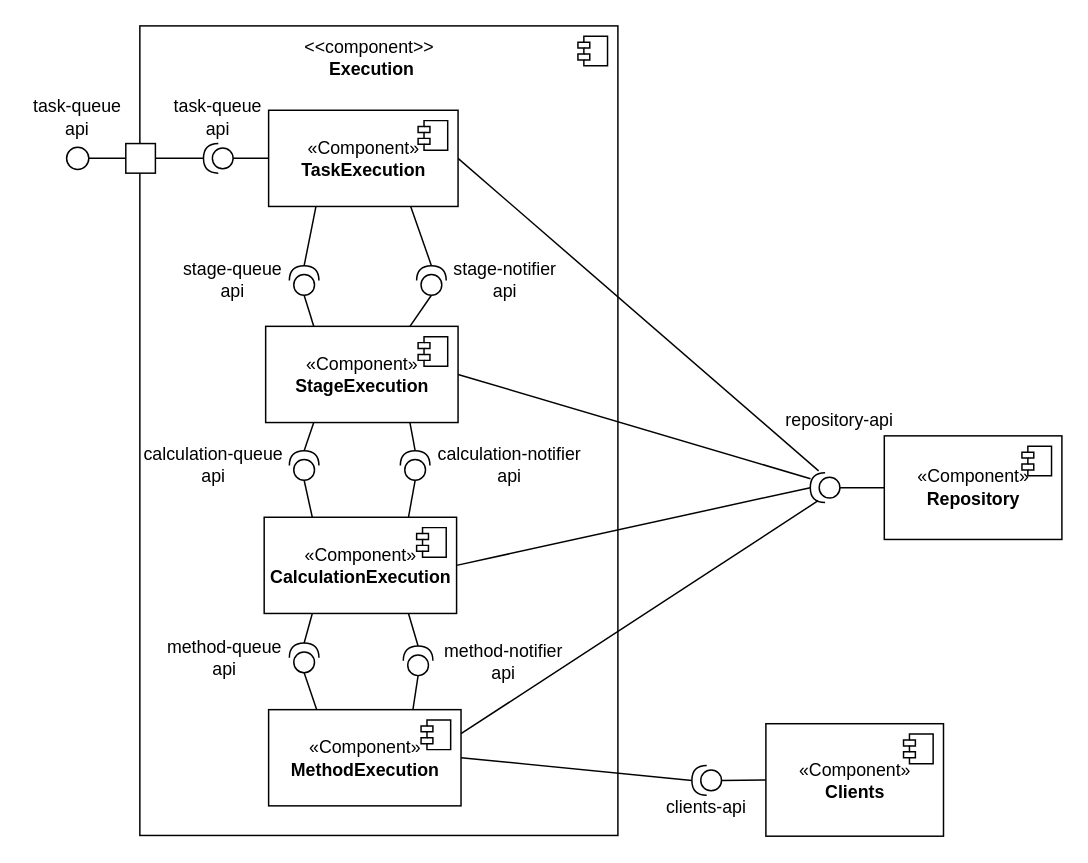
Before: master/sources/diploma/architecture/diagrams/orchestrator/component_detailed.drawio in stalker-fc/diploma, a draw.io diagram. Source tidied: cells renumbered, new cells numbered last; positions are measured from the earlier drawing's top-left corner, leaving out a move shared by most shapes. Both pictures are drawn from the tidied source at 148%, with x=0, y=0 at pixel (25, 25).
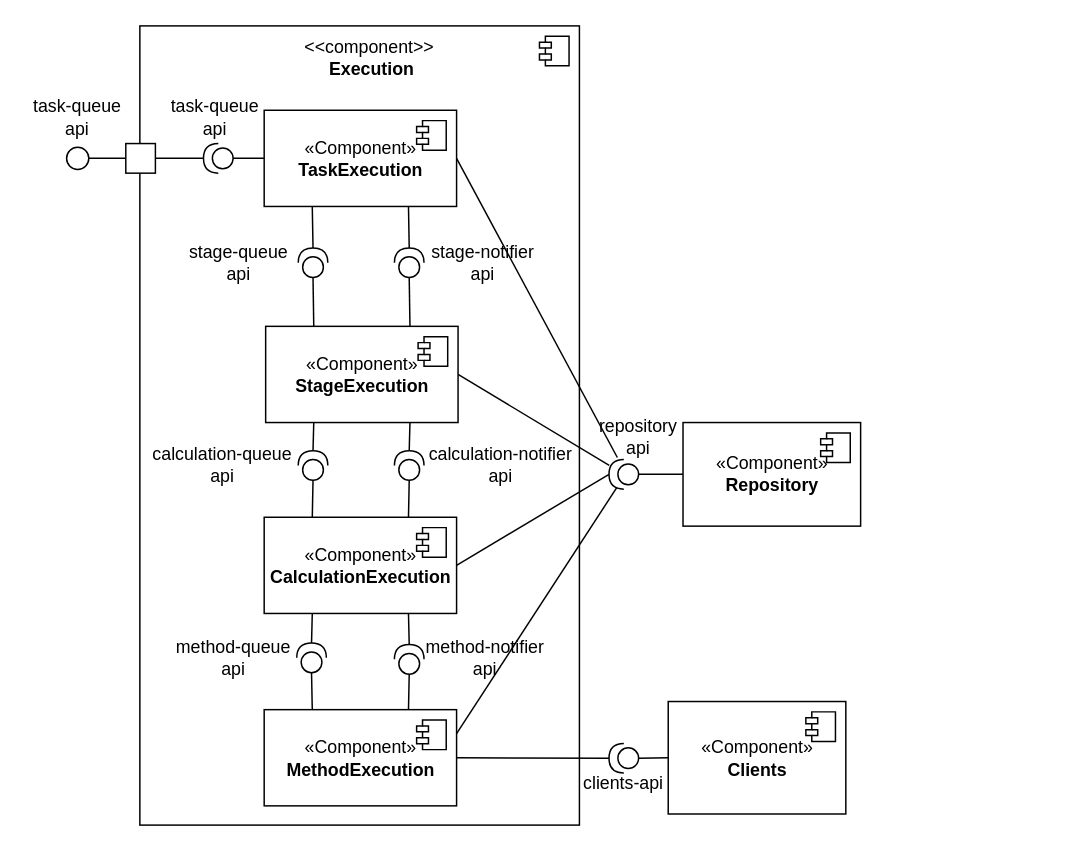
The same diagram, later.

The change refers to these unchanged cells:
```xml
<mxCell id="13" value="«Component»&lt;br&gt;&lt;b&gt;CalculationExecution&lt;/b&gt;" style="html=1;" parent="1" vertex="1">
  <mxGeometry x="161" y="332" width="130" height="65" as="geometry" />
</mxCell>
```

Diff of the diagram source:
```diff
@@
     <mxCell id="2" style="html=1;" parent="1" vertex="1">
-      <mxGeometry x="77" width="323" height="547" as="geometry" />
+      <mxGeometry x="77" width="297" height="540" as="geometry" />
     </mxCell>
@@
     <mxCell id="9" value="«Component»&lt;br&gt;&lt;b&gt;MethodExecution&lt;/b&gt;" style="html=1;" parent="1" vertex="1">
-      <mxGeometry x="164" y="462" width="130" height="65" as="geometry" />
+      <mxGeometry x="161" y="462" width="130" height="65" as="geometry" />
     </mxCell>
@@
     <mxCell id="23" value="«Component»&lt;br&gt;&lt;b&gt;TaskExecution&lt;/b&gt;" style="html=1;" parent="1" vertex="1">
-      <mxGeometry x="164" y="57" width="128" height="65" as="geometry" />
+      <mxGeometry x="161" y="57" width="130" height="65" as="geometry" />
     </mxCell>
@@
     <mxCell id="26" style="shape=providedRequiredInterface;html=1;verticalLabelPosition=bottom;sketch=0;direction=north;" parent="1" vertex="1">
-      <mxGeometry x="178" y="287" width="20" height="20" as="geometry" />
+      <mxGeometry x="184" y="287" width="20" height="20" as="geometry" />
     </mxCell>
     <mxCell id="27" value="stage-queue&lt;br&gt;api" style="text;html=1;strokeColor=none;fillColor=none;align=center;verticalAlign=middle;whiteSpace=wrap;rounded=0;" parent="1" vertex="1">
-      <mxGeometry x="101" y="157" width="78" height="30" as="geometry" />
+      <mxGeometry x="105" y="145" width="78" height="30" as="geometry" />
     </mxCell>
-    <mxCell id="28" style="edgeStyle=none;rounded=0;jettySize=auto;html=1;exitX=1;exitY=0.5;exitDx=0;exitDy=0;exitPerimeter=0;entryX=0.25;entryY=1;entryDx=0;entryDy=0;endArrow=none;endFill=0;" parent="1" edge="1" source="30" target="13">
+    <mxCell id="28" style="edgeStyle=none;rounded=0;jettySize=auto;html=1;exitX=1;exitY=0.5;exitDx=0;exitDy=0;exitPerimeter=0;endArrow=none;endFill=0;entryX=0.25;entryY=1;entryDx=0;entryDy=0;" parent="1" edge="1" source="30" target="13">
       <mxGeometry relative="1" as="geometry" />
     </mxCell>
-    <mxCell id="29" style="edgeStyle=none;rounded=0;jettySize=auto;html=1;exitX=0;exitY=0.5;exitDx=0;exitDy=0;exitPerimeter=0;entryX=0.25;entryY=0;entryDx=0;entryDy=0;endArrow=none;endFill=0;" parent="1" edge="1" source="30" target="9">
+    <mxCell id="29" style="edgeStyle=none;rounded=0;jettySize=auto;html=1;exitX=0;exitY=0.5;exitDx=0;exitDy=0;exitPerimeter=0;endArrow=none;endFill=0;entryX=0.25;entryY=0;entryDx=0;entryDy=0;" parent="1" edge="1" source="30" target="9">
       <mxGeometry relative="1" as="geometry" />
     </mxCell>
     <mxCell id="30" style="shape=providedRequiredInterface;html=1;verticalLabelPosition=bottom;sketch=0;direction=north;" parent="1" vertex="1">
-      <mxGeometry x="178" y="417" width="20" height="20" as="geometry" />
+      <mxGeometry x="183" y="417" width="20" height="20" as="geometry" />
     </mxCell>
@@
     <mxCell id="32" style="shape=providedRequiredInterface;html=1;verticalLabelPosition=bottom;sketch=0;direction=north;" parent="1" vertex="1">
-      <mxGeometry x="178" y="162" width="20" height="20" as="geometry" />
+      <mxGeometry x="184" y="150" width="20" height="20" as="geometry" />
     </mxCell>
     <mxCell id="33" value="calculation-queue&lt;br&gt;api" style="text;html=1;strokeColor=none;fillColor=none;align=center;verticalAlign=middle;whiteSpace=wrap;rounded=0;" parent="1" vertex="1">
-      <mxGeometry x="77" y="282" width="100" height="30" as="geometry" />
+      <mxGeometry x="83" y="282" width="100" height="30" as="geometry" />
     </mxCell>
     <mxCell id="34" value="method-queue&lt;br&gt;api" style="text;html=1;strokeColor=none;fillColor=none;align=center;verticalAlign=middle;whiteSpace=wrap;rounded=0;" parent="1" vertex="1">
-      <mxGeometry x="92" y="409.5" width="85" height="35" as="geometry" />
+      <mxGeometry x="98" y="409.5" width="85" height="35" as="geometry" />
     </mxCell>
@@
     <mxCell id="41" value="task-queue&lt;br&gt;api" style="text;html=1;strokeColor=none;fillColor=none;align=center;verticalAlign=middle;whiteSpace=wrap;rounded=0;" parent="1" vertex="1">
-      <mxGeometry x="95" y="47" width="70" height="30" as="geometry" />
+      <mxGeometry x="95" y="45.5" width="66" height="33" as="geometry" />
     </mxCell>
     <mxCell id="42" value="stage-notifier&lt;br&gt;api" style="text;html=1;strokeColor=none;fillColor=none;align=center;verticalAlign=middle;whiteSpace=wrap;rounded=0;" parent="1" vertex="1">
-      <mxGeometry x="284" y="157" width="80" height="30" as="geometry" />
+      <mxGeometry x="269" y="145" width="80" height="30" as="geometry" />
     </mxCell>
@@
     <mxCell id="44" style="shape=providedRequiredInterface;html=1;verticalLabelPosition=bottom;sketch=0;direction=north;" parent="1" vertex="1">
-      <mxGeometry x="264" y="162" width="20" height="20" as="geometry" />
+      <mxGeometry x="249" y="150" width="20" height="20" as="geometry" />
     </mxCell>
@@
     <mxCell id="46" style="shape=providedRequiredInterface;html=1;verticalLabelPosition=bottom;sketch=0;direction=north;" parent="1" vertex="1">
-      <mxGeometry x="253" y="287" width="20" height="20" as="geometry" />
+      <mxGeometry x="249" y="287" width="20" height="20" as="geometry" />
     </mxCell>
     <mxCell id="47" style="shape=providedRequiredInterface;html=1;verticalLabelPosition=bottom;sketch=0;direction=north;" parent="1" vertex="1">
-      <mxGeometry x="255" y="419" width="20" height="20" as="geometry" />
+      <mxGeometry x="249" y="418" width="20" height="20" as="geometry" />
     </mxCell>
@@
     <mxCell id="49" value="«Component»&lt;br&gt;&lt;b&gt;Repository&lt;/b&gt;" style="html=1;" parent="1" vertex="1">
-      <mxGeometry x="580" y="277" width="120" height="70" as="geometry" />
+      <mxGeometry x="444" y="268" width="120" height="70" as="geometry" />
     </mxCell>
@@
     <mxCell id="51" style="shape=providedRequiredInterface;html=1;verticalLabelPosition=bottom;sketch=0;fillColor=default;direction=west;" parent="1" vertex="1">
-      <mxGeometry x="530" y="302" width="20" height="20" as="geometry" />
+      <mxGeometry x="394" y="293" width="20" height="20" as="geometry" />
     </mxCell>
-    <mxCell id="52" value="repository-api" style="text;html=1;strokeColor=none;fillColor=none;align=center;verticalAlign=middle;whiteSpace=wrap;rounded=0;" parent="1" vertex="1">
-      <mxGeometry x="510" y="252" width="80" height="30" as="geometry" />
+    <mxCell id="52" value="repository&lt;br&gt;api" style="text;html=1;strokeColor=none;fillColor=none;align=center;verticalAlign=middle;whiteSpace=wrap;rounded=0;" parent="1" vertex="1">
+      <mxGeometry x="384" y="263" width="60" height="30" as="geometry" />
     </mxCell>
     <mxCell id="53" value="«Component»&lt;br&gt;&lt;b&gt;Clients&lt;/b&gt;" style="html=1;" parent="1" vertex="1">
-      <mxGeometry x="500" y="471.5" width="120" height="76" as="geometry" />
+      <mxGeometry x="434" y="456.5" width="120" height="76" as="geometry" />
     </mxCell>
@@
     <mxCell id="56" style="shape=providedRequiredInterface;html=1;verticalLabelPosition=bottom;sketch=0;fillColor=default;direction=west;" parent="1" vertex="1">
-      <mxGeometry x="450" y="499.8" width="20" height="20" as="geometry" />
+      <mxGeometry x="394" y="484.8" width="20" height="20" as="geometry" />
     </mxCell>
     <mxCell id="57" value="clients-api" style="text;html=1;strokeColor=none;fillColor=none;align=center;verticalAlign=middle;whiteSpace=wrap;rounded=0;" parent="1" vertex="1">
-      <mxGeometry x="420" y="512.5" width="80" height="30" as="geometry" />
+      <mxGeometry x="374" y="500.5" width="60" height="22.5" as="geometry" />
     </mxCell>
     <mxCell id="58" value="calculation-notifier&lt;br&gt;api" style="text;html=1;strokeColor=none;fillColor=none;align=center;verticalAlign=middle;whiteSpace=wrap;rounded=0;" parent="1" vertex="1">
-      <mxGeometry x="275" y="282" width="104" height="30" as="geometry" />
+      <mxGeometry x="269" y="282" width="104" height="30" as="geometry" />
     </mxCell>
     <mxCell id="59" value="method-notifier&lt;br&gt;api" style="text;html=1;strokeColor=none;fillColor=none;align=center;verticalAlign=middle;whiteSpace=wrap;rounded=0;" parent="1" vertex="1">
-      <mxGeometry x="271" y="414.5" width="104" height="30" as="geometry" />
+      <mxGeometry x="269" y="413" width="83" height="28" as="geometry" />
     </mxCell>
```
